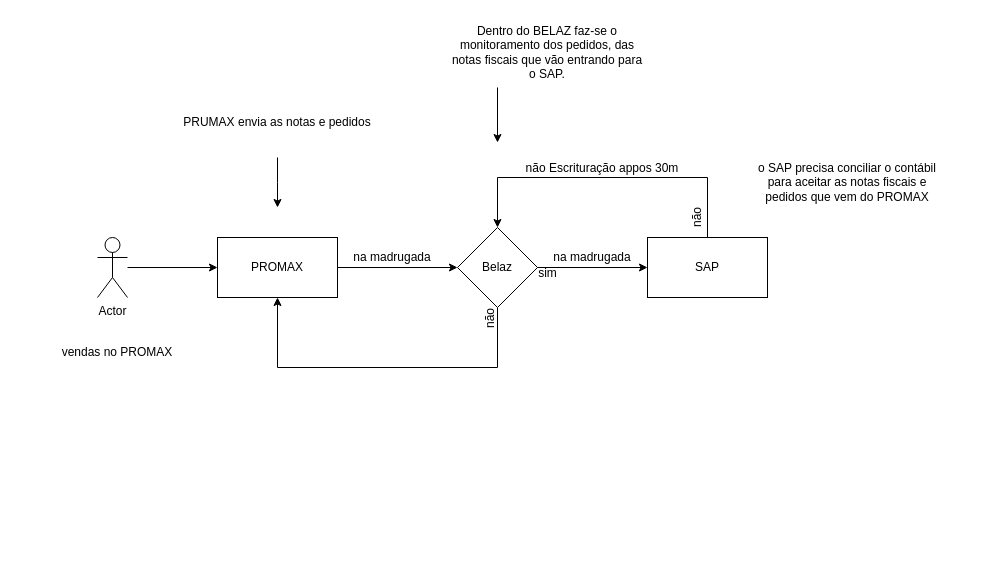
The draw.io diagram Diagrama sem nome.drawio in aguinaldo1/Lab01-ProjAPP, before the edit. Source tidied: cells renumbered, new cells numbered last; positions are measured from the earlier drawing's top-left corner, leaving out a move shared by most shapes. Both pictures are drawn from the tidied source at 100%, with x=0, y=0 at pixel (17, 17).
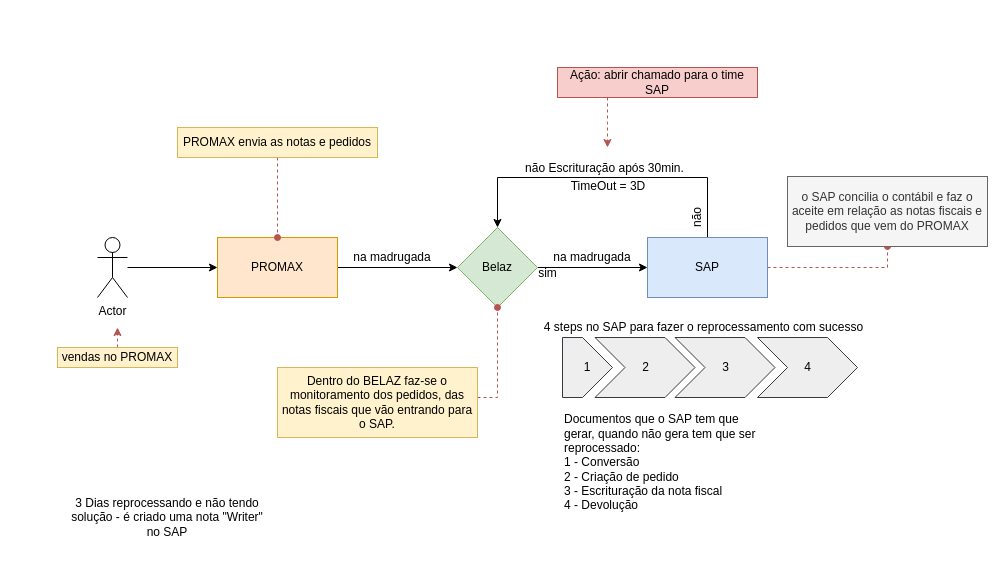
Above is the later version.

The change refers to these unchanged cells:
```xml
<mxCell id="15" value="Actor" style="shape=umlActor;verticalLabelPosition=bottom;verticalAlign=top;html=1;outlineConnect=0;" parent="1" vertex="1">
  <mxGeometry x="80" y="220" width="30" height="60" as="geometry" />
</mxCell>
```

Diff of the diagram source:
```diff
@@
-    <mxCell id="3" style="edgeStyle=orthogonalEdgeStyle;rounded=0;jettySize=auto;html=1;exitX=0.5;exitY=1;exitDx=0;exitDy=0;entryX=0.5;entryY=1;entryDx=0;entryDy=0;" parent="1" edge="1" source="4" target="8">
-      <mxGeometry relative="1" as="geometry">
-        <Array as="points">
-          <mxPoint x="480" y="350" />
-          <mxPoint x="260" y="350" />
-        </Array>
-      </mxGeometry>
-    </mxCell>
-    <mxCell id="4" value="Belaz" style="rhombus;whiteSpace=wrap;html=1;" parent="1" vertex="1">
+    <mxCell id="4" value="Belaz" style="rhombus;whiteSpace=wrap;html=1;fillColor=#d5e8d4;strokeColor=#82b366;" parent="1" vertex="1">
       <mxGeometry x="440" y="210" width="80" height="80" as="geometry" />
     </mxCell>
@@
+    <mxCell id="23" style="edgeStyle=orthogonalEdgeStyle;rounded=0;jettySize=auto;html=1;entryX=0.5;entryY=1;entryDx=0;entryDy=0;fillColor=#f8cecc;strokeColor=#b85450;endArrow=oval;endFill=1;dashed=1;" parent="1" edge="1" source="6" target="13">
+      <mxGeometry relative="1" as="geometry" />
+    </mxCell>
-    <mxCell id="6" value="SAP" style="rounded=0;whiteSpace=wrap;html=1;" parent="1" vertex="1">
+    <mxCell id="6" value="SAP" style="rounded=0;whiteSpace=wrap;html=1;fillColor=#dae8fc;strokeColor=#6c8ebf;" parent="1" vertex="1">
       <mxGeometry x="630" y="220" width="120" height="60" as="geometry" />
     </mxCell>
@@
-    <mxCell id="8" value="PROMAX" style="rounded=0;whiteSpace=wrap;html=1;" parent="1" vertex="1">
+    <mxCell id="8" value="PROMAX" style="rounded=0;whiteSpace=wrap;html=1;fillColor=#ffe6cc;strokeColor=#d79b00;" parent="1" vertex="1">
       <mxGeometry x="200" y="220" width="120" height="60" as="geometry" />
     </mxCell>
-    <mxCell id="9" style="edgeStyle=orthogonalEdgeStyle;rounded=0;jettySize=auto;html=1;exitX=0.25;exitY=1;exitDx=0;exitDy=0;" parent="1" edge="1" source="10">
+    <mxCell id="9" style="rounded=0;jettySize=auto;html=1;exitX=0.25;exitY=1;exitDx=0;exitDy=0;fillColor=#f8cecc;strokeColor=#b85450;dashed=1;edgeStyle=orthogonalEdgeStyle;" parent="1" edge="1" source="10">
       <mxGeometry relative="1" as="geometry">
-        <mxPoint x="480" y="125" as="targetPoint" />
+        <mxPoint x="590" y="130" as="targetPoint" />
       </mxGeometry>
     </mxCell>
-    <mxCell id="10" value="Dentro do BELAZ faz-se o monitoramento dos pedidos, das notas fiscais que vão entrando para o SAP." style="text;html=1;strokeColor=none;fillColor=none;align=center;verticalAlign=middle;whiteSpace=wrap;rounded=0;" parent="1" vertex="1">
-      <mxGeometry x="430" width="200" height="70" as="geometry" />
+    <mxCell id="10" value="Ação: abrir chamado para o time SAP" style="text;html=1;strokeColor=#b85450;fillColor=#f8cecc;align=center;verticalAlign=middle;whiteSpace=wrap;rounded=0;" parent="1" vertex="1">
+      <mxGeometry x="540" y="50" width="200" height="30" as="geometry" />
     </mxCell>
-    <mxCell id="11" style="edgeStyle=orthogonalEdgeStyle;rounded=0;jettySize=auto;html=1;" parent="1" edge="1" source="12">
-      <mxGeometry relative="1" as="geometry">
-        <mxPoint x="260" y="190" as="targetPoint" />
-      </mxGeometry>
+    <mxCell id="11" style="edgeStyle=orthogonalEdgeStyle;rounded=0;jettySize=auto;html=1;fillColor=#f8cecc;strokeColor=#b85450;dashed=1;endArrow=oval;endFill=1;" parent="1" edge="1" source="12" target="8">
+      <mxGeometry relative="1" as="geometry" />
     </mxCell>
-    <mxCell id="12" value="PRUMAX envia as notas e pedidos" style="text;html=1;strokeColor=none;fillColor=none;align=center;verticalAlign=middle;whiteSpace=wrap;rounded=0;" parent="1" vertex="1">
-      <mxGeometry x="160" y="70" width="200" height="70" as="geometry" />
+    <mxCell id="12" value="PROMAX envia as notas e pedidos" style="text;html=1;strokeColor=#d6b656;fillColor=#fff2cc;align=center;verticalAlign=middle;whiteSpace=wrap;rounded=0;" parent="1" vertex="1">
+      <mxGeometry x="160" y="110" width="200" height="30" as="geometry" />
     </mxCell>
-    <mxCell id="13" value="o SAP precisa conciliar o contábil para aceitar as notas fiscais e pedidos que vem do PROMAX" style="text;html=1;strokeColor=none;fillColor=none;align=center;verticalAlign=middle;whiteSpace=wrap;rounded=0;" parent="1" vertex="1">
-      <mxGeometry x="730" y="130" width="200" height="70" as="geometry" />
+    <mxCell id="13" value="o SAP concilia o contábil e faz o aceite em relação as notas fiscais e pedidos que vem do PROMAX" style="text;html=1;strokeColor=#666666;fillColor=#f5f5f5;align=center;verticalAlign=middle;whiteSpace=wrap;rounded=0;fontColor=#333333;" parent="1" vertex="1">
+      <mxGeometry x="770" y="159" width="200" height="70" as="geometry" />
     </mxCell>
-    <mxCell id="14" style="edgeStyle=orthogonalEdgeStyle;rounded=0;jettySize=auto;html=1;entryX=0;entryY=0.5;entryDx=0;entryDy=0;" parent="1" edge="1" source="15" target="8">
+    <mxCell id="14" style="edgeStyle=orthogonalEdgeStyle;rounded=0;jettySize=auto;html=1;entryX=0;entryY=0.5;entryDx=0;entryDy=0;fillColor=none;" parent="1" edge="1" source="15" target="8">
       <mxGeometry relative="1" as="geometry" />
     </mxCell>
@@
+    <mxCell id="24" style="edgeStyle=orthogonalEdgeStyle;rounded=0;jettySize=auto;html=1;dashed=1;fillColor=#f8cecc;strokeColor=#b85450;" parent="1" edge="1" source="16">
+      <mxGeometry relative="1" as="geometry">
+        <mxPoint x="100" y="310" as="targetPoint" />
+      </mxGeometry>
+    </mxCell>
-    <mxCell id="16" value="vendas no PROMAX" style="text;html=1;strokeColor=none;fillColor=none;align=center;verticalAlign=middle;whiteSpace=wrap;rounded=0;" parent="1" vertex="1">
-      <mxGeometry y="300" width="200" height="70" as="geometry" />
+    <mxCell id="16" value="vendas no PROMAX" style="text;html=1;strokeColor=#d6b656;fillColor=#fff2cc;align=center;verticalAlign=middle;whiteSpace=wrap;rounded=0;" parent="1" vertex="1">
+      <mxGeometry x="40" y="330" width="120" height="20" as="geometry" />
     </mxCell>
@@
-    <mxCell id="20" value="não" style="text;html=1;strokeColor=none;fillColor=none;align=center;verticalAlign=middle;whiteSpace=wrap;rounded=0;rotation=270;" parent="1" vertex="1">
-      <mxGeometry x="443" y="291" width="60" height="20" as="geometry" />
-    </mxCell>
@@
-    <mxCell id="22" value="não Escrituração appos 30m" style="text;html=1;strokeColor=none;fillColor=none;align=center;verticalAlign=middle;whiteSpace=wrap;rounded=0;" parent="1" vertex="1">
-      <mxGeometry x="505" y="141" width="160" height="20" as="geometry" />
+    <mxCell id="22" value="não Escrituração após 30min." style="text;html=1;strokeColor=none;fillColor=none;align=center;verticalAlign=middle;whiteSpace=wrap;rounded=0;" parent="1" vertex="1">
+      <mxGeometry x="505" y="141" width="165" height="20" as="geometry" />
     </mxCell>
+    <mxCell id="25" style="edgeStyle=orthogonalEdgeStyle;rounded=0;jettySize=auto;html=1;fillColor=#f8cecc;strokeColor=#b85450;dashed=1;entryX=0.5;entryY=1;entryDx=0;entryDy=0;endArrow=oval;endFill=1;" parent="1" edge="1" source="26" target="4">
+      <mxGeometry relative="1" as="geometry">
+        <Array as="points">
+          <mxPoint x="480" y="380" />
+        </Array>
+      </mxGeometry>
+    </mxCell>
+    <mxCell id="26" value="Dentro do BELAZ faz-se o monitoramento dos pedidos, das notas fiscais que vão entrando para o SAP." style="text;html=1;strokeColor=#d6b656;fillColor=#fff2cc;align=center;verticalAlign=middle;whiteSpace=wrap;rounded=0;" parent="1" vertex="1">
+      <mxGeometry x="260" y="350" width="200" height="70" as="geometry" />
+    </mxCell>
+    <mxCell id="27" value="TimeOut = 3D" style="text;html=1;strokeColor=none;fillColor=none;align=center;verticalAlign=middle;whiteSpace=wrap;rounded=0;" parent="1" vertex="1">
+      <mxGeometry x="511" y="159" width="160" height="20" as="geometry" />
+    </mxCell>
+    <mxCell id="28" value="3 Dias reprocessando e não tendo solução - é criado uma nota &quot;Writer&quot; no SAP" style="text;html=1;strokeColor=none;fillColor=none;align=center;verticalAlign=middle;whiteSpace=wrap;rounded=0;" parent="1" vertex="1">
+      <mxGeometry x="50" y="460" width="200" height="80" as="geometry" />
+    </mxCell>
+    <mxCell id="29" value="2" style="html=1;shadow=0;dashed=0;align=center;verticalAlign=middle;shape=mxgraph.arrows2.arrow;dy=0;dx=30;notch=30;fillColor=#eeeeee;strokeColor=#36393d;" parent="1" vertex="1">
+      <mxGeometry x="577.5" y="320" width="100" height="60" as="geometry" />
+    </mxCell>
+    <mxCell id="30" value="3" style="html=1;shadow=0;dashed=0;align=center;verticalAlign=middle;shape=mxgraph.arrows2.arrow;dy=0;dx=30;notch=30;fillColor=#eeeeee;strokeColor=#36393d;" parent="1" vertex="1">
+      <mxGeometry x="657.5" y="320" width="100" height="60" as="geometry" />
+    </mxCell>
+    <mxCell id="31" value="4" style="html=1;shadow=0;dashed=0;align=center;verticalAlign=middle;shape=mxgraph.arrows2.arrow;dy=0;dx=30;notch=30;fillColor=#eeeeee;strokeColor=#36393d;" parent="1" vertex="1">
+      <mxGeometry x="740" y="320" width="100" height="60" as="geometry" />
+    </mxCell>
+    <mxCell id="32" value="1" style="shape=offPageConnector;whiteSpace=wrap;html=1;direction=north;size=0.6;fillColor=#eeeeee;strokeColor=#36393d;" parent="1" vertex="1">
+      <mxGeometry x="545" y="320" width="50" height="60" as="geometry" />
+    </mxCell>
+    <mxCell id="33" value="Documentos que o SAP tem que gerar, quando não gera tem que ser reprocessado:&lt;br&gt;1 - Conversão&lt;br&gt;2 - Criação de pedido&lt;br&gt;3 - Escrituração da nota fiscal&lt;br&gt;4 - Devolução" style="text;html=1;strokeColor=none;fillColor=none;align=left;verticalAlign=middle;whiteSpace=wrap;rounded=0;" parent="1" vertex="1">
+      <mxGeometry x="545" y="390" width="200" height="110" as="geometry" />
+    </mxCell>
+    <mxCell id="34" value="4 steps no SAP para fazer o reprocessamento com sucesso" style="text;html=1;strokeColor=none;fillColor=none;align=center;verticalAlign=middle;whiteSpace=wrap;rounded=0;" parent="1" vertex="1">
+      <mxGeometry x="519" y="300" width="335" height="20" as="geometry" />
+    </mxCell>
```
